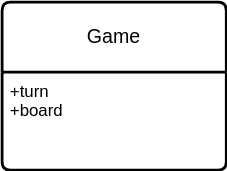
tomoki-shiozaki/othello keeps this draw.io diagram as docs/er_diagrams/Othello_ER_Diagram_2025_04_07.drawio.svg. Above is the earlier version. Source tidied: cells renumbered, new cells last; positions are measured from the earlier drawing's top-left corner, leaving out a move shared by most shapes. The source it was exported from:
```xml
<mxGraphModel>
  <root>
    <mxCell id="0" />
    <mxCell id="1" parent="0" />
    <mxCell id="2" value="Game" style="swimlane;horizontal=1;startSize=50;rounded=1;fontSize=14;fontStyle=0;strokeWidth=2;shadow=0;dashed=0;align=center;arcSize=4;whiteSpace=wrap;html=1;" parent="1" vertex="1">
      <mxGeometry width="160" height="120" as="geometry" />
    </mxCell>
    <mxCell id="3" value="+turn&lt;br&gt;+board" style="align=left;strokeColor=none;fillColor=none;spacingLeft=4;fontSize=12;verticalAlign=top;html=1;" parent="2" vertex="1">
      <mxGeometry y="50" width="160" height="70" as="geometry" />
    </mxCell>
  </root>
</mxGraphModel>
```
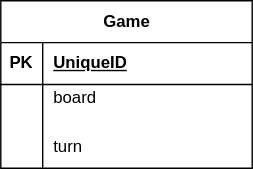
The same diagram one commit later.

Commit message:
Added ER diagram for Game entity and its attributes(revised)

Diff of the diagram source:
```diff
@@ -2,11 +2,35 @@
   <root>
     <mxCell id="0" />
     <mxCell id="1" parent="0" />
-    <mxCell id="2" value="Game" style="swimlane;horizontal=1;startSize=50;rounded=1;fontSize=14;fontStyle=0;strokeWidth=2;shadow=0;dashed=0;align=center;arcSize=4;whiteSpace=wrap;html=1;" parent="1" vertex="1">
-      <mxGeometry width="160" height="120" as="geometry" />
-    </mxCell>
-    <mxCell id="3" value="+turn&lt;br&gt;+board" style="align=left;strokeColor=none;fillColor=none;spacingLeft=4;fontSize=12;verticalAlign=top;html=1;" parent="2" vertex="1">
-      <mxGeometry y="50" width="160" height="70" as="geometry" />
+    <mxCell id="3" value="Game" style="shape=table;startSize=30;rowLines=0;fontStyle=1;align=center;html=1;" parent="1" vertex="1">
+      <mxGeometry x="-20" width="180" height="120" as="geometry" />
     </mxCell>
+    <mxCell id="4" style="shape=tableRow;horizontal=0;startSize=0;swimlaneHead=0;swimlaneBody=0;fillColor=none;top=0;left=0;right=0;bottom=1;" parent="3" vertex="1">
+      <mxGeometry y="30" width="180" height="30" as="geometry" />
+    </mxCell>
+    <mxCell id="5" value="PK" style="shape=partialRectangle;fillColor=none;top=0;left=0;bottom=0;right=0;fontStyle=1;overflow=hidden;whiteSpace=wrap;html=1;" parent="4" vertex="1">
+      <mxGeometry width="30" height="30" as="geometry" />
+    </mxCell>
+    <mxCell id="6" value="UniqueID" style="shape=partialRectangle;fillColor=none;top=0;left=0;bottom=0;right=0;align=left;spacingLeft=6;fontStyle=5;overflow=hidden;whiteSpace=wrap;html=1;" parent="4" vertex="1">
+      <mxGeometry x="30" width="150" height="30" as="geometry" />
+    </mxCell>
+    <mxCell id="7" style="shape=tableRow;horizontal=0;startSize=0;swimlaneHead=0;swimlaneBody=0;fillColor=none;top=0;left=0;right=0;bottom=0;" parent="3" vertex="1">
+      <mxGeometry y="60" width="180" height="30" as="geometry" />
+    </mxCell>
+    <mxCell id="8" style="shape=partialRectangle;fillColor=none;top=0;left=0;bottom=0;right=0;overflow=hidden;whiteSpace=wrap;html=1;" parent="7" vertex="1">
+      <mxGeometry width="30" height="30" as="geometry" />
+    </mxCell>
+    <mxCell id="9" value="board&lt;span style=&quot;white-space: pre;&quot;&gt;&#9;&lt;/span&gt;" style="shape=partialRectangle;fillColor=none;top=0;left=0;bottom=0;right=0;align=left;spacingLeft=6;overflow=hidden;whiteSpace=wrap;html=1;" parent="7" vertex="1">
+      <mxGeometry x="30" width="150" height="30" as="geometry" />
+    </mxCell>
+    <mxCell id="10" style="shape=tableRow;horizontal=0;startSize=0;swimlaneHead=0;swimlaneBody=0;fillColor=none;top=0;left=0;right=0;bottom=0;" parent="3" vertex="1">
+      <mxGeometry y="90" width="180" height="30" as="geometry" />
+    </mxCell>
+    <mxCell id="11" style="shape=partialRectangle;fillColor=none;top=0;left=0;bottom=0;right=0;overflow=hidden;whiteSpace=wrap;html=1;" parent="10" vertex="1">
+      <mxGeometry width="30" height="30" as="geometry" />
+    </mxCell>
+    <mxCell id="12" value="turn" style="shape=partialRectangle;fillColor=none;top=0;left=0;bottom=0;right=0;align=left;spacingLeft=6;overflow=hidden;whiteSpace=wrap;html=1;" parent="10" vertex="1">
+      <mxGeometry x="30" width="150" height="30" as="geometry" />
+    </mxCell>
   </root>
 </mxGraphModel>
```
